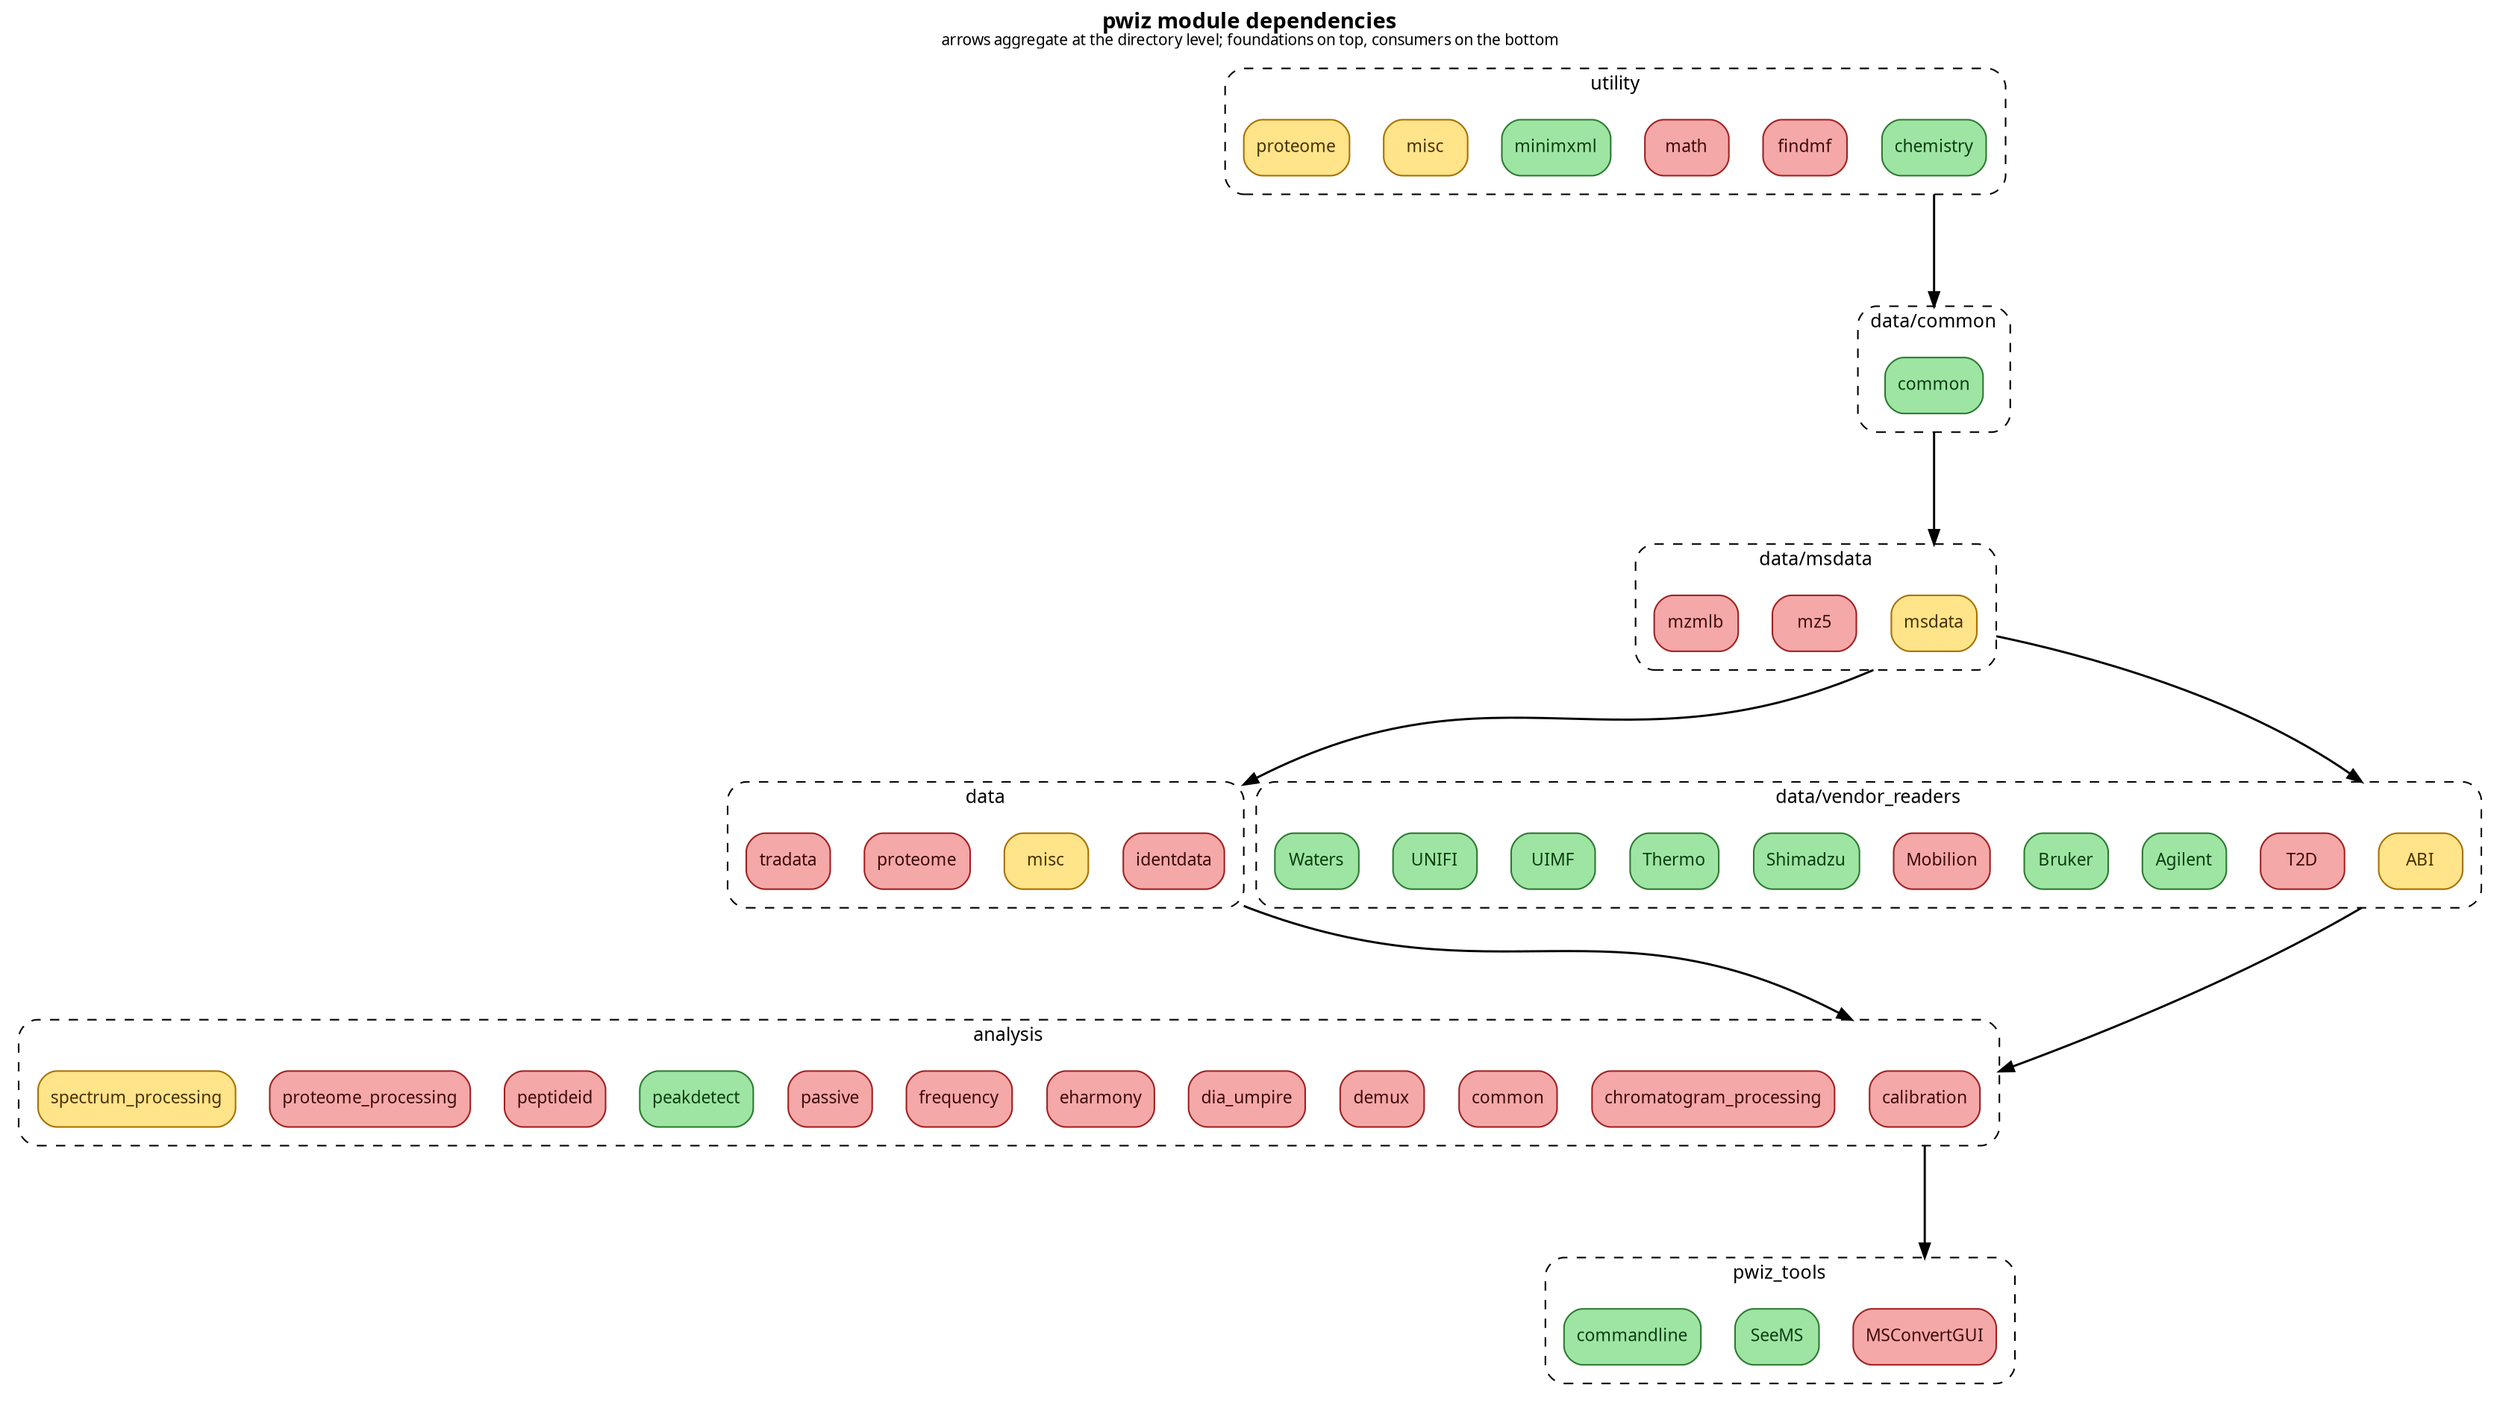
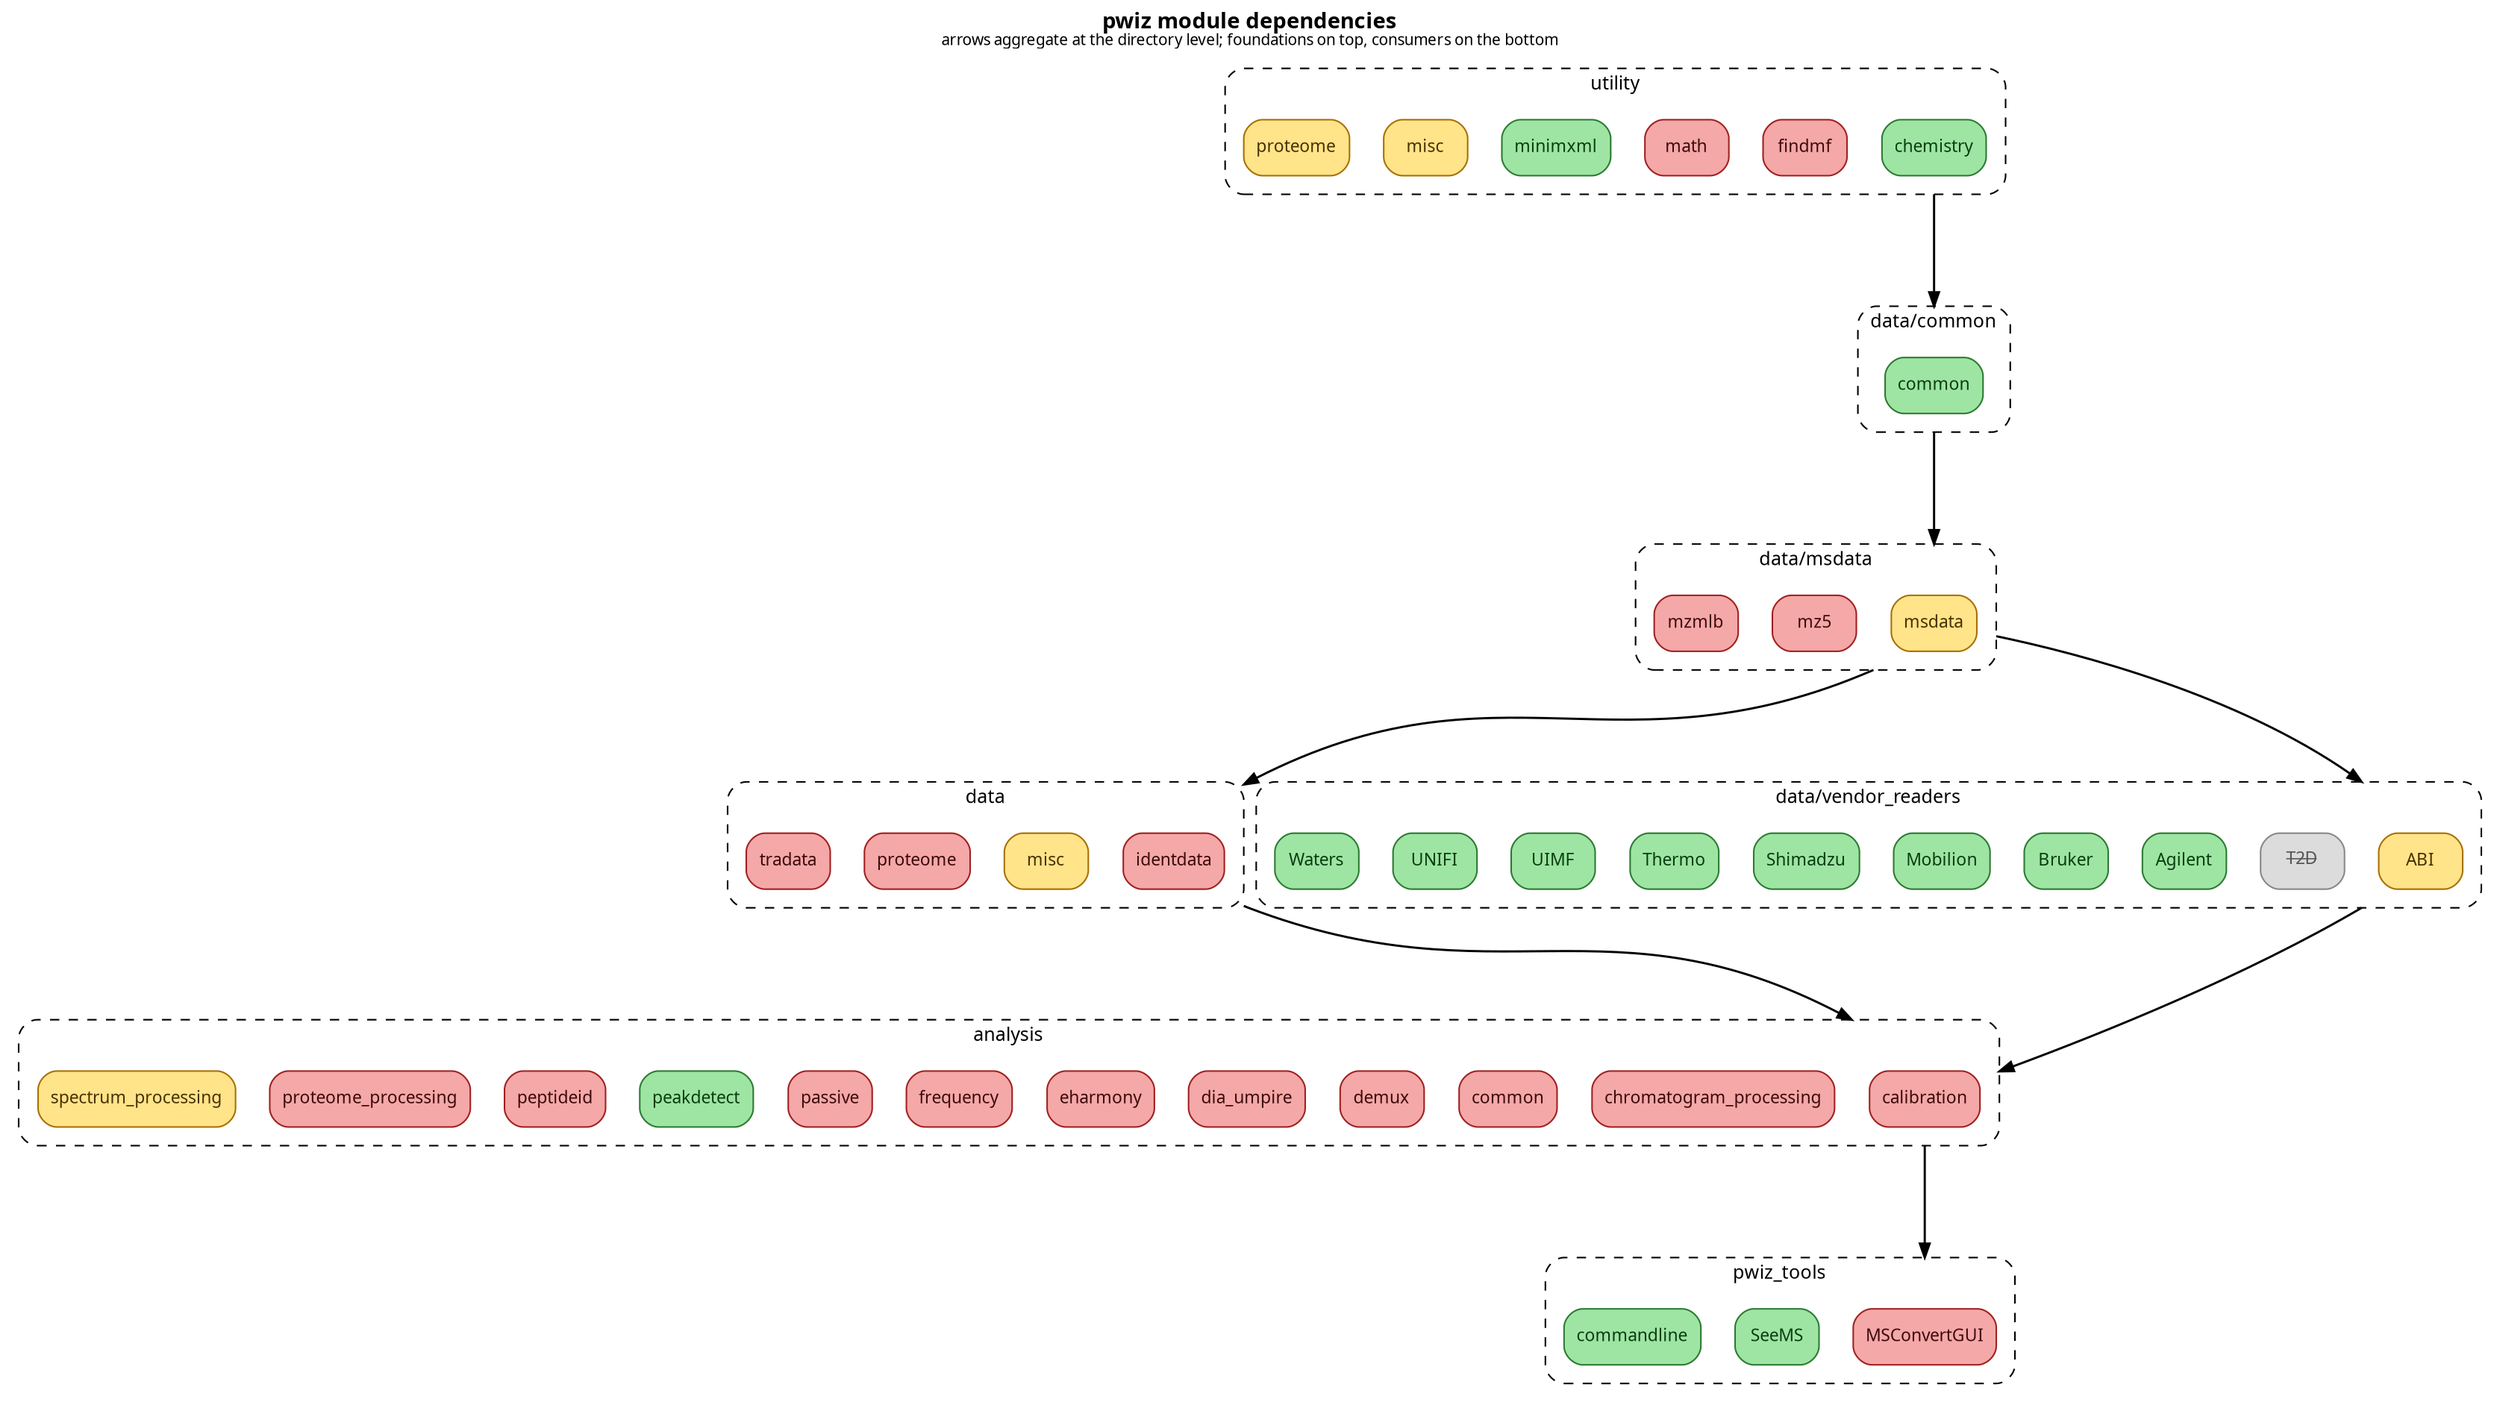
digraph pwiz_modules {
  rankdir=TB;
  labelloc=t;
  label=<<b>pwiz module dependencies</b><br/><font point-size="10">arrows aggregate at the directory level; foundations on top, consumers on the bottom</font>>;
  fontname="Segoe UI";
  node [shape=box, style="filled,rounded", fontname="Segoe UI", fontsize=11];
  edge [color="#444", penwidth=1.4, arrowsize=0.9];
  splines=spline;
  ranksep=0.8; nodesep=0.3;
  compound=true;

  subgraph cluster_analysis {
    label="analysis";
    style="rounded,dashed";
    color="#888";
    fontname="Segoe UI";
    fontsize=12;
    margin=12;
    n_analysis__calibration [label="calibration", fillcolor="#f5a8a8", color="#a02020", fontcolor="#3d0a0a"];
    n_analysis__chromatogram_processing [label="chromatogram_processing", fillcolor="#f5a8a8", color="#a02020", fontcolor="#3d0a0a"];
    n_analysis__common [label="common", fillcolor="#f5a8a8", color="#a02020", fontcolor="#3d0a0a"];
    n_analysis__demux [label="demux", fillcolor="#f5a8a8", color="#a02020", fontcolor="#3d0a0a"];
    n_analysis__dia_umpire [label="dia_umpire", fillcolor="#f5a8a8", color="#a02020", fontcolor="#3d0a0a"];
    n_analysis__eharmony [label="eharmony", fillcolor="#f5a8a8", color="#a02020", fontcolor="#3d0a0a"];
    n_analysis__frequency [label="frequency", fillcolor="#f5a8a8", color="#a02020", fontcolor="#3d0a0a"];
    n_analysis__passive [label="passive", fillcolor="#f5a8a8", color="#a02020", fontcolor="#3d0a0a"];
    n_analysis__peakdetect [label="peakdetect", fillcolor="#9ee5a3", color="#2c7a32", fontcolor="#0a3d10"];
    n_analysis__peptideid [label="peptideid", fillcolor="#f5a8a8", color="#a02020", fontcolor="#3d0a0a"];
    n_analysis__proteome_processing [label="proteome_processing", fillcolor="#f5a8a8", color="#a02020", fontcolor="#3d0a0a"];
    n_analysis__spectrum_processing [label="spectrum_processing", fillcolor="#ffe48a", color="#a87000", fontcolor="#4a3000"];
  }

  subgraph cluster_data {
    label="data";
    style="rounded,dashed";
    color="#888";
    fontname="Segoe UI";
    fontsize=12;
    margin=12;
    n_data__identdata [label="identdata", fillcolor="#f5a8a8", color="#a02020", fontcolor="#3d0a0a"];
    n_data__misc [label="misc", fillcolor="#ffe48a", color="#a87000", fontcolor="#4a3000"];
    n_data__proteome [label="proteome", fillcolor="#f5a8a8", color="#a02020", fontcolor="#3d0a0a"];
    n_data__tradata [label="tradata", fillcolor="#f5a8a8", color="#a02020", fontcolor="#3d0a0a"];
  }

  subgraph cluster_data_common {
    label="data/common";
    style="rounded,dashed";
    color="#888";
    fontname="Segoe UI";
    fontsize=12;
    margin=12;
    n_data__common [label="common", fillcolor="#9ee5a3", color="#2c7a32", fontcolor="#0a3d10"];
  }

  subgraph cluster_data_msdata {
    label="data/msdata";
    style="rounded,dashed";
    color="#888";
    fontname="Segoe UI";
    fontsize=12;
    margin=12;
    n_data__msdata [label="msdata", fillcolor="#ffe48a", color="#a87000", fontcolor="#4a3000"];
    n_data__msdata__mz5 [label="mz5", fillcolor="#f5a8a8", color="#a02020", fontcolor="#3d0a0a"];
    n_data__msdata__mzmlb [label="mzmlb", fillcolor="#f5a8a8", color="#a02020", fontcolor="#3d0a0a"];
  }

  subgraph cluster_data_vendor_readers {
    label="data/vendor_readers";
    style="rounded,dashed";
    color="#888";
    fontname="Segoe UI";
    fontsize=12;
    margin=12;
    n_data__vendor_readers__ABI [label="ABI", fillcolor="#ffe48a", color="#a87000", fontcolor="#4a3000"];
-     n_data__vendor_readers__ABI__T2D [label="T2D", fillcolor="#f5a8a8", color="#a02020", fontcolor="#3d0a0a"];
+     n_data__vendor_readers__ABI__T2D [label=<<s>T2D</s>>, fillcolor="#dcdcdc", color="#888888", fontcolor="#555555"];
    n_data__vendor_readers__Agilent [label="Agilent", fillcolor="#9ee5a3", color="#2c7a32", fontcolor="#0a3d10"];
    n_data__vendor_readers__Bruker [label="Bruker", fillcolor="#9ee5a3", color="#2c7a32", fontcolor="#0a3d10"];
-     n_data__vendor_readers__Mobilion [label="Mobilion", fillcolor="#f5a8a8", color="#a02020", fontcolor="#3d0a0a"];
+     n_data__vendor_readers__Mobilion [label="Mobilion", fillcolor="#9ee5a3", color="#2c7a32", fontcolor="#0a3d10"];
    n_data__vendor_readers__Shimadzu [label="Shimadzu", fillcolor="#9ee5a3", color="#2c7a32", fontcolor="#0a3d10"];
    n_data__vendor_readers__Thermo [label="Thermo", fillcolor="#9ee5a3", color="#2c7a32", fontcolor="#0a3d10"];
    n_data__vendor_readers__UIMF [label="UIMF", fillcolor="#9ee5a3", color="#2c7a32", fontcolor="#0a3d10"];
    n_data__vendor_readers__UNIFI [label="UNIFI", fillcolor="#9ee5a3", color="#2c7a32", fontcolor="#0a3d10"];
    n_data__vendor_readers__Waters [label="Waters", fillcolor="#9ee5a3", color="#2c7a32", fontcolor="#0a3d10"];
  }

  subgraph cluster_pwiz_tools {
    label="pwiz_tools";
    style="rounded,dashed";
    color="#888";
    fontname="Segoe UI";
    fontsize=12;
    margin=12;
    n_pwiz_tools__MSConvertGUI [label="MSConvertGUI", fillcolor="#f5a8a8", color="#a02020", fontcolor="#3d0a0a"];
    n_pwiz_tools__SeeMS [label="SeeMS", fillcolor="#9ee5a3", color="#2c7a32", fontcolor="#0a3d10"];
    n_pwiz_tools__commandline [label="commandline", fillcolor="#9ee5a3", color="#2c7a32", fontcolor="#0a3d10"];
  }

  subgraph cluster_utility {
    label="utility";
    style="rounded,dashed";
    color="#888";
    fontname="Segoe UI";
    fontsize=12;
    margin=12;
    n_utility__chemistry [label="chemistry", fillcolor="#9ee5a3", color="#2c7a32", fontcolor="#0a3d10"];
    n_utility__findmf [label="findmf", fillcolor="#f5a8a8", color="#a02020", fontcolor="#3d0a0a"];
    n_utility__math [label="math", fillcolor="#f5a8a8", color="#a02020", fontcolor="#3d0a0a"];
    n_utility__minimxml [label="minimxml", fillcolor="#9ee5a3", color="#2c7a32", fontcolor="#0a3d10"];
    n_utility__misc [label="misc", fillcolor="#ffe48a", color="#a87000", fontcolor="#4a3000"];
    n_utility__proteome [label="proteome", fillcolor="#ffe48a", color="#a87000", fontcolor="#4a3000"];
  }

  n_data__identdata -> n_analysis__calibration [ltail=cluster_data, lhead=cluster_analysis, minlen=2];
  n_data__vendor_readers__ABI -> n_analysis__calibration [ltail=cluster_data_vendor_readers, lhead=cluster_analysis, minlen=2];
  n_data__msdata -> n_data__identdata [ltail=cluster_data_msdata, lhead=cluster_data, minlen=2];
  n_utility__chemistry -> n_data__common [ltail=cluster_utility, lhead=cluster_data_common, minlen=2];
  n_data__common -> n_data__msdata [ltail=cluster_data_common, lhead=cluster_data_msdata, minlen=2];
  n_data__msdata -> n_data__vendor_readers__ABI [ltail=cluster_data_msdata, lhead=cluster_data_vendor_readers, minlen=2];
  n_analysis__calibration -> n_pwiz_tools__MSConvertGUI [ltail=cluster_analysis, lhead=cluster_pwiz_tools, minlen=2];
}
